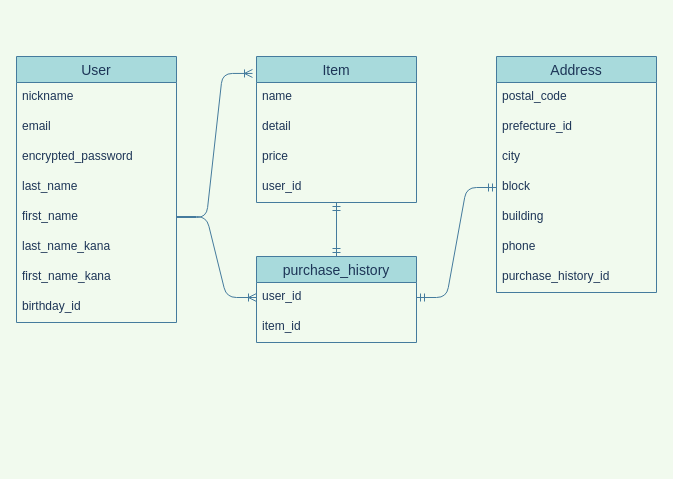
Earlier version of the draw.io diagram test.dio (toru-Major/furima-33489). Source tidied: cells renumbered, new cells numbered last; positions are measured from the earlier drawing's top-left corner, leaving out a move shared by most shapes. Both pictures are drawn from the tidied source at 100%, with x=0, y=0 at pixel (16, 56).
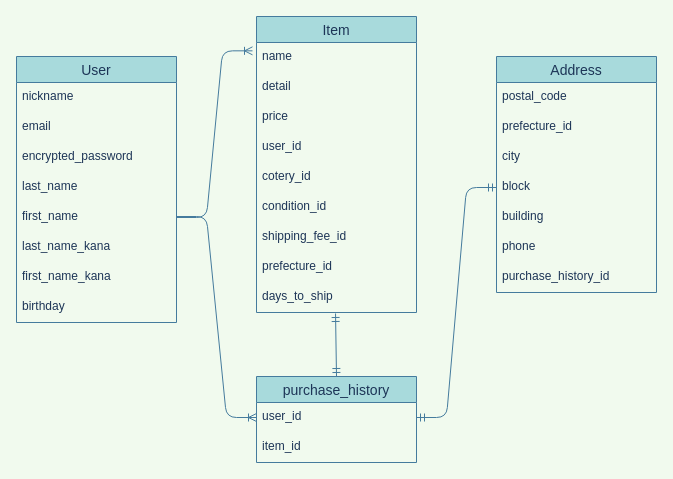
The same diagram, later.

Commit message (it also covers changes not shown here):
ER図&READMEの修正3

The change refers to these unchanged cells:
```xml
<mxCell id="2" value="User" style="swimlane;fontStyle=0;horizontal=1;startSize=26;align=center;fontSize=14;fillColor=#A8DADC;strokeColor=#457B9D;fontColor=#1D3557;" parent="1" vertex="1">
  <mxGeometry width="160" height="266" as="geometry" />
</mxCell>
<mxCell id="18" value="user_id" style="text;strokeColor=none;fillColor=none;spacingLeft=4;spacingRight=4;overflow=hidden;points=[[0,0.5],[1,0.5]];portConstraint=eastwest;fontSize=12;fontColor=#1D3557;" parent="14" vertex="1">
  <mxGeometry y="116" width="160" height="30" as="geometry" />
</mxCell>
```

The edit, as a diff of the source:
```diff
@@
-    <mxCell id="10" value="birthday_id" style="text;strokeColor=none;fillColor=none;spacingLeft=4;spacingRight=4;overflow=hidden;fontSize=12;fontColor=#1D3557;" parent="2" vertex="1">
+    <mxCell id="10" value="birthday" style="text;strokeColor=none;fillColor=none;spacingLeft=4;spacingRight=4;overflow=hidden;fontSize=12;fontColor=#1D3557;" parent="2" vertex="1">
       <mxGeometry y="236" width="160" height="30" as="geometry" />
     </mxCell>
     <mxCell id="11" value="purchase_history" style="swimlane;fontStyle=0;horizontal=1;startSize=26;align=center;fontSize=14;fillColor=#A8DADC;strokeColor=#457B9D;fontColor=#1D3557;" parent="1" vertex="1">
-      <mxGeometry x="240" y="200" width="160" height="86" as="geometry" />
+      <mxGeometry x="240" y="320" width="160" height="86" as="geometry" />
     </mxCell>
@@
     <mxCell id="14" value="Item" style="swimlane;fontStyle=0;horizontal=1;startSize=26;align=center;fontSize=14;fillColor=#A8DADC;strokeColor=#457B9D;fontColor=#1D3557;" parent="1" vertex="1">
-      <mxGeometry x="240" width="160" height="146" as="geometry" />
+      <mxGeometry x="240" y="-40" width="160" height="296" as="geometry" />
     </mxCell>
@@
+    <mxCell id="31" value="cotery_id" style="text;strokeColor=none;fillColor=none;spacingLeft=4;spacingRight=4;overflow=hidden;fontSize=12;fontColor=#1D3557;" parent="14" vertex="1">
+      <mxGeometry y="146" width="160" height="30" as="geometry" />
+    </mxCell>
+    <mxCell id="32" value="condition_id" style="text;strokeColor=none;fillColor=none;spacingLeft=4;spacingRight=4;overflow=hidden;fontSize=12;fontColor=#1D3557;" parent="14" vertex="1">
+      <mxGeometry y="176" width="160" height="30" as="geometry" />
+    </mxCell>
+    <mxCell id="33" value="shipping_fee_id" style="text;strokeColor=none;fillColor=none;spacingLeft=4;spacingRight=4;overflow=hidden;fontSize=12;fontColor=#1D3557;" parent="14" vertex="1">
+      <mxGeometry y="206" width="160" height="30" as="geometry" />
+    </mxCell>
+    <mxCell id="34" value="prefecture_id" style="text;strokeColor=none;fillColor=none;spacingLeft=4;spacingRight=4;overflow=hidden;fontSize=12;fontColor=#1D3557;" parent="14" vertex="1">
+      <mxGeometry y="236" width="160" height="30" as="geometry" />
+    </mxCell>
+    <mxCell id="35" value="days_to_ship" style="text;strokeColor=none;fillColor=none;spacingLeft=4;spacingRight=4;overflow=hidden;points=[[0,0.5],[1,0.5]];portConstraint=eastwest;fontSize=12;fontColor=#1D3557;" parent="14" vertex="1">
+      <mxGeometry y="266" width="160" height="30" as="geometry" />
+    </mxCell>
@@
-    <mxCell id="30" style="fontSize=12;html=1;endArrow=ERmandOne;startArrow=ERmandOne;exitX=0.5;exitY=0;exitDx=0;exitDy=0;labelBackgroundColor=#F1FAEE;strokeColor=#457B9D;fontColor=#1D3557;" parent="1" edge="1" source="11" target="18">
+    <mxCell id="30" style="fontSize=12;html=1;endArrow=ERmandOne;startArrow=ERmandOne;exitX=0.5;exitY=0;exitDx=0;exitDy=0;labelBackgroundColor=#F1FAEE;strokeColor=#457B9D;fontColor=#1D3557;entryX=0.494;entryY=1.033;entryDx=0;entryDy=0;entryPerimeter=0;" parent="1" edge="1" source="11" target="35">
       <mxGeometry relative="1" as="geometry" />
     </mxCell>
```
